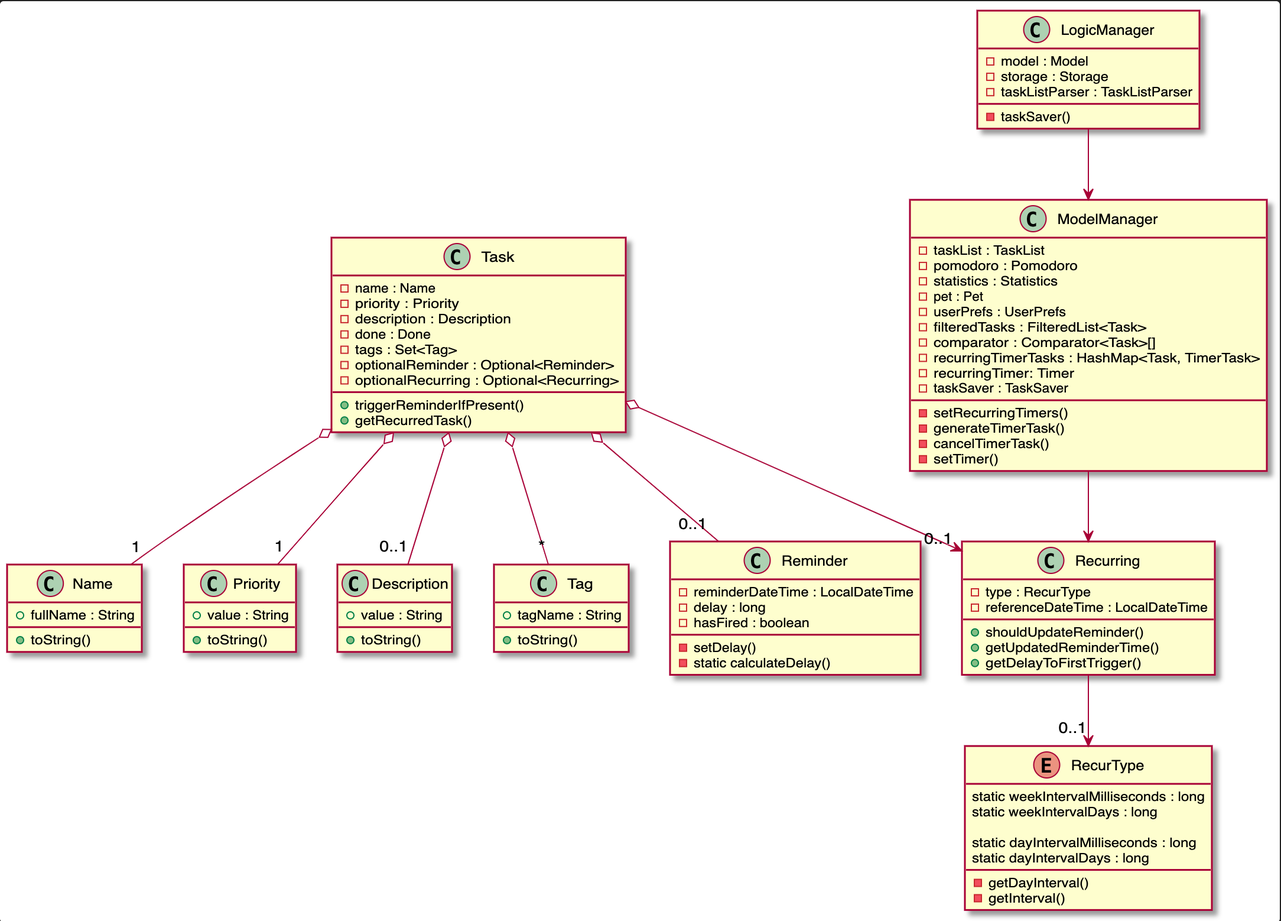
This is docs/images/TaskClassDiagram.png from nus-cs2103-AY1920S2/addressbook-level3, a PlantUML export, as it was before one commit. Its source is kept beside it as docs/diagrams/TaskClassDiagram.puml.
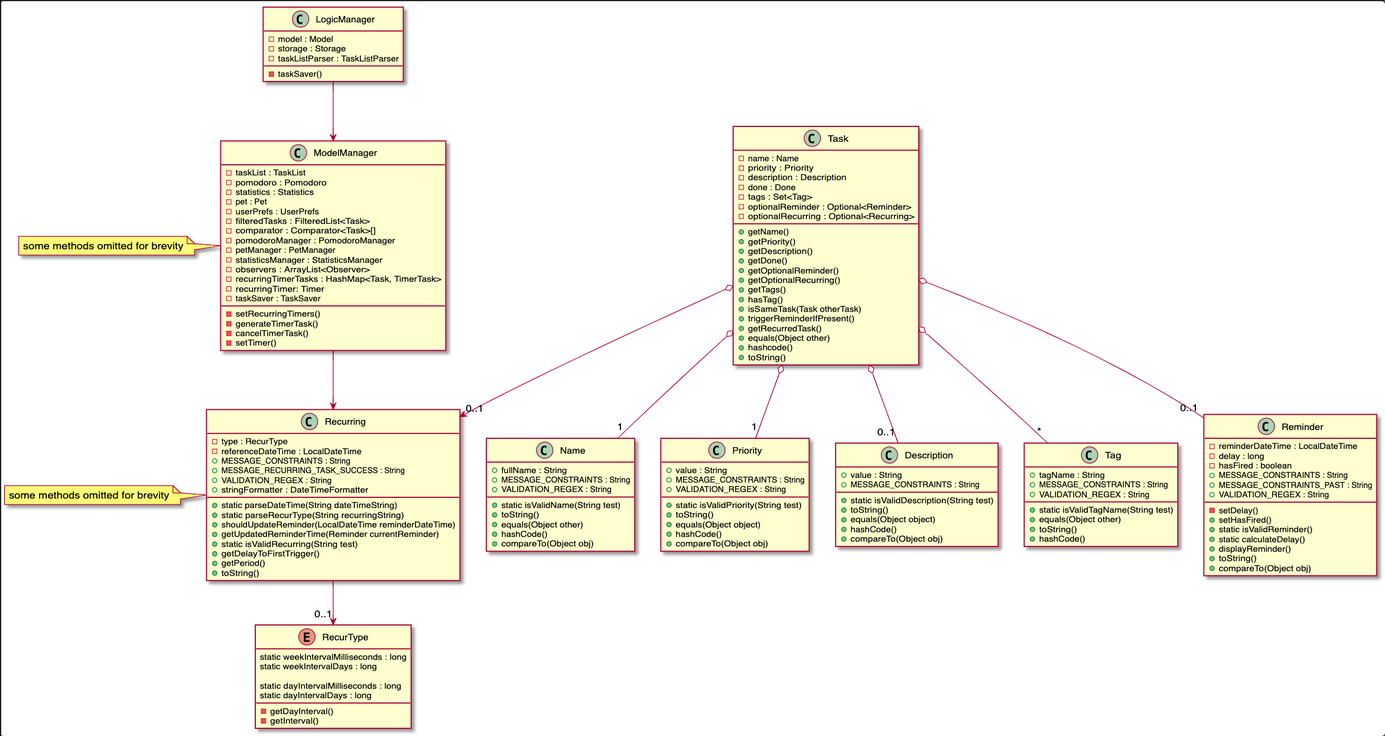
Above is the later version.

Commit message:
Updated diagram and wording

What changed in the source:
```diff
@@ -8,7 +8,9 @@
 Task o--> "0..1" Recurring
 Recurring --> "0..1" RecurType
 ModelManager --> Recurring
+note left: some methods omitted for brevity
 LogicManager --> ModelManager
+note left: some methods omitted for brevity
 
 class Task {
     - name : Name
@@ -19,50 +21,101 @@
     - optionalReminder : Optional<Reminder>
     - optionalRecurring : Optional<Recurring>
   __
+  + getName()
+  + getPriority()
+  + getDescription()
+  + getDone()
+  + getOptionalReminder()
+  + getOptionalRecurring()
+  + getTags()
+  + hasTag()
+  + isSameTask(Task otherTask)
   + triggerReminderIfPresent()
   + getRecurredTask()
+  + equals(Object other)
+  + hashcode()
+  + toString()
 }
 
 class Recurring {
     - type : RecurType
     - referenceDateTime : LocalDateTime
+    + MESSAGE_CONSTRAINTS : String
+    + MESSAGE_RECURRING_TASK_SUCCESS : String
+    + VALIDATION_REGEX : String
+    + stringFormatter : DateTimeFormatter
   __
-  + shouldUpdateReminder()
-  + getUpdatedReminderTime()
+  + static parseDateTime(String dateTimeString)
+  + static parseRecurType(String recurringString)
+  + shouldUpdateReminder(LocalDateTime reminderDateTime)
+  + getUpdatedReminderTime(Reminder currentReminder)
+  + static isValidRecurring(String test)
   + getDelayToFirstTrigger()
+  + getPeriod()
+  + toString()
 }
 
 class Name {
     + fullName : String
+    + MESSAGE_CONSTRAINTS : String
+    + VALIDATION_REGEX : String
   __
+  + static isValidName(String test)
   + toString()
+  + equals(Object other)
+  + hashCode()
+  + compareTo(Object obj)
 }
 
 class Priority {
     + value : String
+    + MESSAGE_CONSTRAINTS : String
+    + VALIDATION_REGEX : String
   __
+  + static isValidPriority(String test)
   + toString()
+  + equals(Object object)
+  + hashCode()
+  + compareTo(Object obj)
 }
 
 class Description {
     + value : String
+    + MESSAGE_CONSTRAINTS : String
   __
+  + static isValidDescription(String test)
   + toString()
+  + equals(Object object)
+  + hashCode()
+  + compareTo(Object obj)
 }
 
 class Tag {
     + tagName : String
+    + MESSAGE_CONSTRAINTS : String
+    + VALIDATION_REGEX : String
   __
+  + static isValidTagName(String test)
+  + equals(Object other)
   + toString()
+  + hashCode()
 }
 
 class Reminder {
     - reminderDateTime : LocalDateTime
     - delay : long
     - hasFired : boolean
+    + MESSAGE_CONSTRAINTS : String
+    + MESSAGE_CONSTRAINTS_PAST : String
+    + VALIDATION_REGEX : String
     __
     - setDelay()
-    - static calculateDelay()
+    + setHasFired()
+    + static isValidReminder()
+    + static calculateDelay()
+    + displayReminder()
+    + toString()
+    + compareTo(Object obj)
 }
 
 class ModelManager {
@@ -73,6 +126,10 @@
     - userPrefs : UserPrefs
     - filteredTasks : FilteredList<Task>
     - comparator : Comparator<Task>[]
+    - pomodoroManager : PomodoroManager
+    - petManager : PetManager
+    - statisticsManager : StatisticsManager
+    - observers : ArrayList<Observer>
     - recurringTimerTasks : HashMap<Task, TimerTask>
     - recurringTimer: Timer
     - taskSaver : TaskSaver
```
